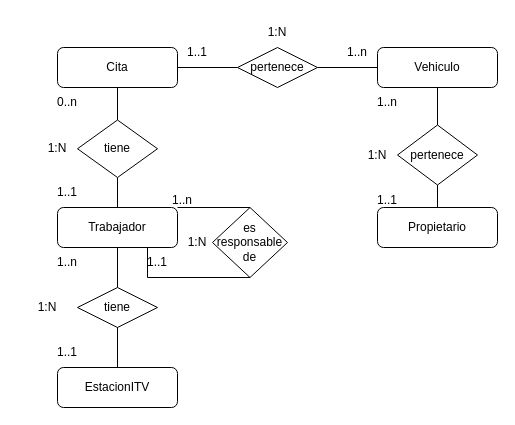
The draw.io diagram bbdd/modelos/ModeloER.drawio in JiaChengZhang14/Proyecto_Grupal-ITV, before the edit. Source tidied: cells renumbered, new cells numbered last; positions are measured from the earlier drawing's top-left corner, leaving out a move shared by most shapes. Both pictures are drawn from the tidied source at 100%, with x=0, y=0 at pixel (17, 17).
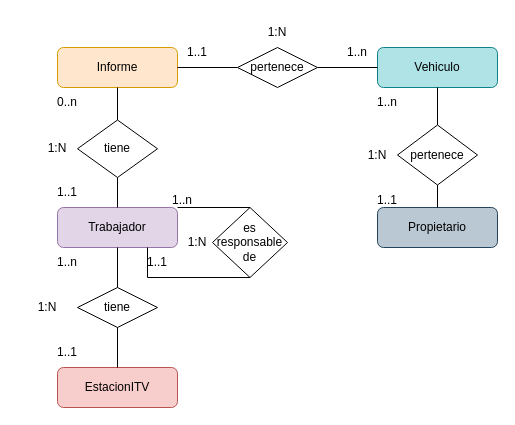
The same page after the edit.

The edit, as a diff of the source:
```diff
@@
-    <mxCell id="2" value="EstacionITV" style="rounded=1;whiteSpace=wrap;html=1;" parent="1" vertex="1">
+    <mxCell id="2" value="EstacionITV" style="rounded=1;whiteSpace=wrap;html=1;fillColor=#f8cecc;strokeColor=#b85450;" parent="1" vertex="1">
       <mxGeometry x="40" y="350" width="120" height="40" as="geometry" />
     </mxCell>
-    <mxCell id="3" value="Trabajador" style="rounded=1;whiteSpace=wrap;html=1;" parent="1" vertex="1">
+    <mxCell id="3" value="Trabajador" style="rounded=1;whiteSpace=wrap;html=1;fillColor=#e1d5e7;strokeColor=#9673a6;" parent="1" vertex="1">
       <mxGeometry x="40" y="190" width="120" height="40" as="geometry" />
     </mxCell>
-    <mxCell id="4" value="Cita" style="rounded=1;whiteSpace=wrap;html=1;" parent="1" vertex="1">
+    <mxCell id="4" value="Informe" style="rounded=1;whiteSpace=wrap;html=1;fillColor=#ffe6cc;strokeColor=#d79b00;" parent="1" vertex="1">
       <mxGeometry x="40" y="30" width="120" height="40" as="geometry" />
     </mxCell>
-    <mxCell id="5" value="Vehiculo" style="rounded=1;whiteSpace=wrap;html=1;" parent="1" vertex="1">
+    <mxCell id="5" value="Vehiculo" style="rounded=1;whiteSpace=wrap;html=1;fillColor=#b0e3e6;strokeColor=#0e8088;" parent="1" vertex="1">
       <mxGeometry x="360" y="30" width="120" height="40" as="geometry" />
     </mxCell>
-    <mxCell id="6" value="Propietario" style="rounded=1;whiteSpace=wrap;html=1;" parent="1" vertex="1">
+    <mxCell id="6" value="Propietario" style="rounded=1;whiteSpace=wrap;html=1;fillColor=#bac8d3;strokeColor=#23445d;" parent="1" vertex="1">
       <mxGeometry x="360" y="190" width="120" height="40" as="geometry" />
     </mxCell>
```
